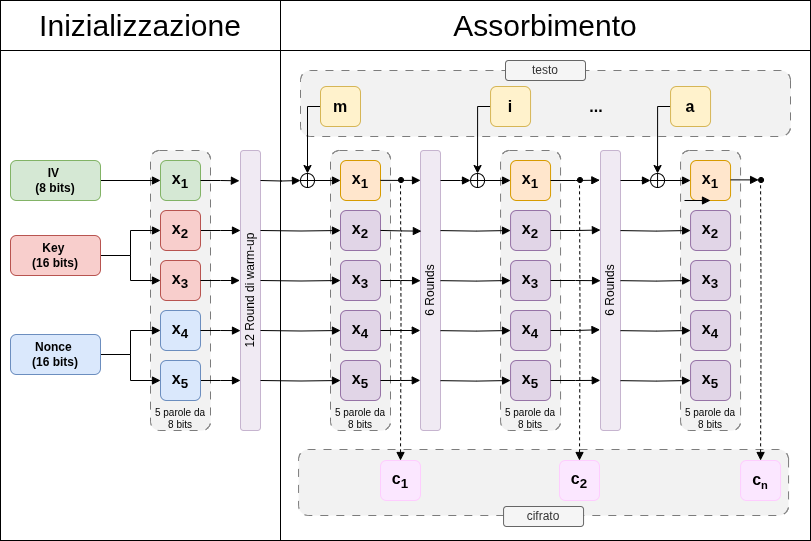
Before: ascon129f.drawio.png, a diagram exported from draw.io (P1c1s/ascon129f). Source tidied: cells renumbered, new cells last; positions are measured from the earlier drawing's top-left corner, leaving out a move shared by most shapes.
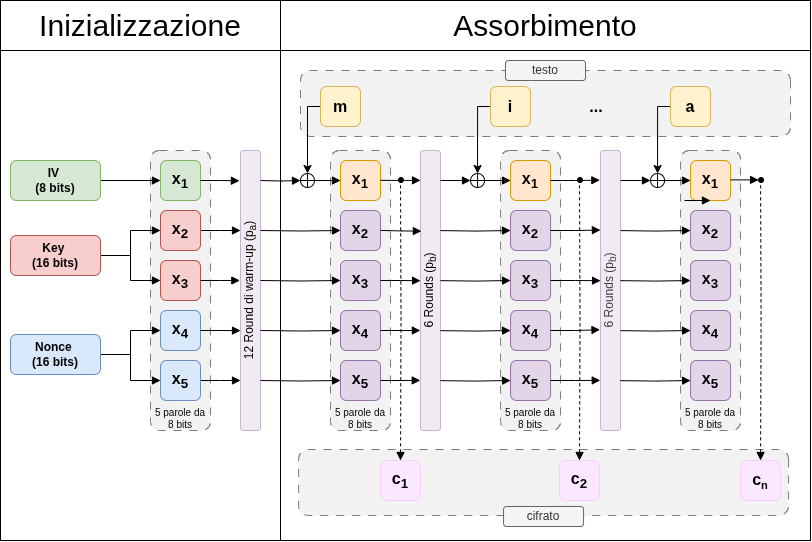
Above is the later version.

Commit message:
aggiunte nozioni su Ascon129f

The edit, as a diff of the source:
```diff
@@ -141,7 +141,7 @@
         <mxPoint x="238.9" y="180.3" as="targetPoint" />
       </mxGeometry>
     </mxCell>
-    <mxCell id="37" value="&lt;div&gt;6 Rounds&lt;/div&gt;" style="rounded=1;whiteSpace=wrap;html=1;fillColor=#e1d5e7;strokeColor=#9673a6;opacity=50;horizontal=0;" parent="1" vertex="1">
+    <mxCell id="37" value="&lt;div&gt;6 Rounds (p&lt;sub&gt;b&lt;/sub&gt;)&lt;/div&gt;" style="rounded=1;whiteSpace=wrap;html=1;fillColor=#e1d5e7;strokeColor=#9673a6;opacity=50;horizontal=0;" parent="1" vertex="1">
       <mxGeometry x="420" y="150" width="20" height="280" as="geometry" />
     </mxCell>
     <mxCell id="38" style="edgeStyle=orthogonalEdgeStyle;rounded=0;jettySize=auto;html=1;entryX=0.003;entryY=0.465;entryDx=0;entryDy=0;entryPerimeter=0;endArrow=block;endFill=1;" parent="1" edge="1" source="28" target="37">
@@ -150,7 +150,7 @@
     <mxCell id="39" style="edgeStyle=orthogonalEdgeStyle;rounded=0;jettySize=auto;html=1;entryX=-0.011;entryY=0.821;entryDx=0;entryDy=0;entryPerimeter=0;endArrow=block;endFill=1;" parent="1" edge="1" source="30" target="37">
       <mxGeometry relative="1" as="geometry" />
     </mxCell>
-    <mxCell id="40" value="&lt;div&gt;12 Round di warm-up&lt;/div&gt;" style="rounded=1;whiteSpace=wrap;html=1;fillColor=#e1d5e7;strokeColor=#9673a6;opacity=50;horizontal=0;" parent="1" vertex="1">
+    <mxCell id="40" value="&lt;div&gt;12 Round di warm-up (p&lt;sub&gt;a&lt;/sub&gt;)&lt;/div&gt;" style="rounded=1;whiteSpace=wrap;html=1;fillColor=#e1d5e7;strokeColor=#9673a6;opacity=50;horizontal=0;" parent="1" vertex="1">
       <mxGeometry x="240" y="150" width="20" height="280" as="geometry" />
     </mxCell>
     <mxCell id="41" style="edgeStyle=orthogonalEdgeStyle;rounded=0;jettySize=auto;html=1;endArrow=block;endFill=1;entryX=0;entryY=0.5;entryDx=0;entryDy=0;" parent="1" edge="1" target="46">
@@ -218,7 +218,7 @@
     <mxCell id="57" value="i" style="rounded=1;whiteSpace=wrap;html=1;fillColor=#fff2cc;strokeColor=#d6b656;fontStyle=1;fontSize=16;" parent="1" vertex="1">
       <mxGeometry x="490.1" y="86" width="40" height="40" as="geometry" />
     </mxCell>
-    <mxCell id="58" value="&lt;div&gt;6 Rounds&lt;/div&gt;" style="rounded=1;whiteSpace=wrap;html=1;fillColor=#e1d5e7;strokeColor=#9673a6;opacity=50;horizontal=0;" parent="1" vertex="1">
+    <mxCell id="58" value="&lt;span style=&quot;color: rgb(63, 63, 63);&quot;&gt;6 Rounds (p&lt;/span&gt;&lt;sub style=&quot;color: rgb(63, 63, 63); scrollbar-color: rgb(226, 226, 226) rgb(251, 251, 251);&quot;&gt;b&lt;/sub&gt;&lt;span style=&quot;color: rgb(63, 63, 63);&quot;&gt;)&lt;/span&gt;" style="rounded=1;whiteSpace=wrap;html=1;fillColor=#e1d5e7;strokeColor=#9673a6;opacity=50;horizontal=0;" parent="1" vertex="1">
       <mxGeometry x="600" y="150" width="20" height="280" as="geometry" />
     </mxCell>
     <mxCell id="59" style="edgeStyle=orthogonalEdgeStyle;rounded=0;jettySize=auto;html=1;entryX=-0.033;entryY=0.106;entryDx=0;entryDy=0;entryPerimeter=0;endArrow=block;endFill=1;" parent="1" edge="1" source="50" target="58">
```
